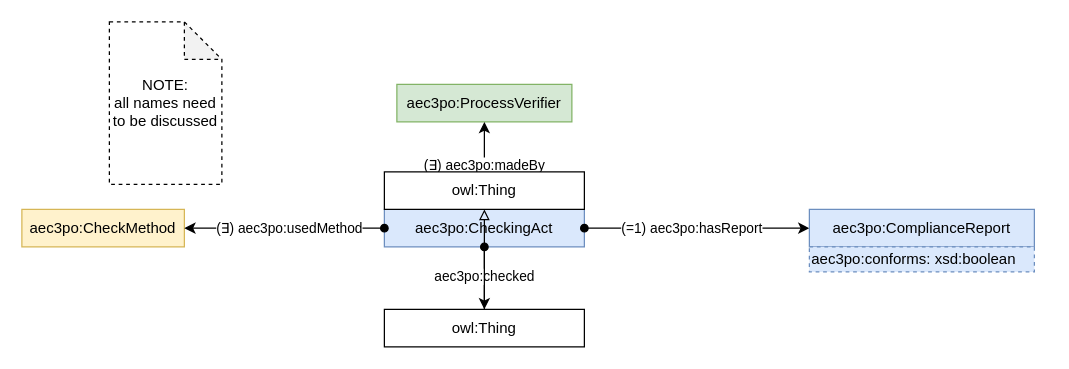
Above: page "checking_act" (4 of 48) of src/aec3po.drawio in Accord-Project/aec3po (draw.io), before the change. Source tidied: cells renumbered, new cells numbered last; positions are measured from the earlier drawing's top-left corner, leaving out a move shared by most shapes. Both pictures are drawn from the tidied source at 125%, with x=0, y=0 at pixel (21, 21).
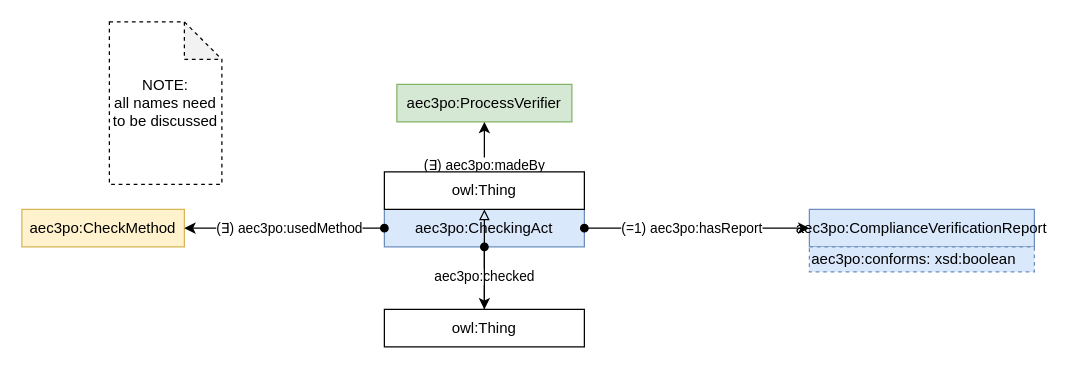
The same page after the edit.

Commit message (it also covers changes not shown here):
compliancereport -> complianceverificationreport

The edit, as a diff of the source:
```diff
@@
 <mxGraphModel>
   <root>
     <mxCell id="0" />
     <mxCell id="1" parent="0" />
     <mxCell id="2" value="aec3po:CheckMethod" style="rounded=0;whiteSpace=wrap;html=1;snapToPoint=1;points=[[0.1,0],[0.2,0],[0.3,0],[0.4,0],[0.5,0],[0.6,0],[0.7,0],[0.8,0],[0.9,0],[0,0.1],[0,0.3],[0,0.5],[0,0.7],[0,0.9],[0.1,1],[0.2,1],[0.3,1],[0.4,1],[0.5,1],[0.6,1],[0.7,1],[0.8,1],[0.9,1],[1,0.1],[1,0.3],[1,0.5],[1,0.7],[1,0.9]];fillColor=#fff2cc;strokeColor=#d6b656;" parent="1" vertex="1">
       <mxGeometry y="150" width="130" height="30" as="geometry" />
     </mxCell>
     <mxCell id="3" value="aec3po:CheckingAct" style="rounded=0;whiteSpace=wrap;html=1;snapToPoint=1;points=[[0.1,0],[0.2,0],[0.3,0],[0.4,0],[0.5,0],[0.6,0],[0.7,0],[0.8,0],[0.9,0],[0,0.1],[0,0.3],[0,0.5],[0,0.7],[0,0.9],[0.1,1],[0.2,1],[0.3,1],[0.4,1],[0.5,1],[0.6,1],[0.7,1],[0.8,1],[0.9,1],[1,0.1],[1,0.3],[1,0.5],[1,0.7],[1,0.9]];fillColor=#dae8fc;strokeColor=#6c8ebf;" parent="1" vertex="1">
       <mxGeometry x="290" y="150" width="160" height="30" as="geometry" />
     </mxCell>
     <mxCell id="4" value="aec3po:ProcessVerifier" style="rounded=0;whiteSpace=wrap;html=1;snapToPoint=1;points=[[0.1,0],[0.2,0],[0.3,0],[0.4,0],[0.5,0],[0.6,0],[0.7,0],[0.8,0],[0.9,0],[0,0.1],[0,0.3],[0,0.5],[0,0.7],[0,0.9],[0.1,1],[0.2,1],[0.3,1],[0.4,1],[0.5,1],[0.6,1],[0.7,1],[0.8,1],[0.9,1],[1,0.1],[1,0.3],[1,0.5],[1,0.7],[1,0.9]];fillColor=#d5e8d4;strokeColor=#82b366;" parent="1" vertex="1">
       <mxGeometry x="300" y="50" width="140" height="30" as="geometry" />
     </mxCell>
     <mxCell id="5" value="(∃) aec3po:madeBy" style="edgeStyle=orthogonalEdgeStyle;rounded=0;jettySize=auto;html=1;entryX=0.5;entryY=1;entryDx=0;entryDy=0;startArrow=none;startFill=0;endArrow=classic;endFill=1;exitX=0.5;exitY=0;exitDx=0;exitDy=0;" parent="1" edge="1" source="3" target="4">
       <mxGeometry relative="1" as="geometry" />
     </mxCell>
     <mxCell id="6" value="(∃) aec3po:usedMethod" style="edgeStyle=orthogonalEdgeStyle;rounded=0;jettySize=auto;html=1;startArrow=oval;startFill=1;endArrow=classic;endFill=1;" parent="1" edge="1" source="3" target="2">
       <mxGeometry x="-0.05" relative="1" as="geometry">
         <Array as="points">
           <mxPoint x="362" y="176" />
           <mxPoint x="200" y="176" />
         </Array>
       </mxGeometry>
     </mxCell>
     <mxCell id="7" value="NOTE: &lt;br&gt;all names need to be discussed" style="shape=note;whiteSpace=wrap;html=1;backgroundOutline=1;darkOpacity=0.05;fontSize=12;strokeColor=default;fillColor=none;dashed=1;" parent="1" vertex="1">
       <mxGeometry x="70" width="90" height="130" as="geometry" />
     </mxCell>
     <mxCell id="8" value="(=1) aec3po:hasReport" style="edgeStyle=orthogonalEdgeStyle;rounded=0;jettySize=auto;html=1;startArrow=oval;startFill=1;endArrow=classic;endFill=1;exitX=1;exitY=0.5;exitDx=0;exitDy=0;" parent="1" edge="1" source="3">
       <mxGeometry x="-0.05" relative="1" as="geometry">
         <mxPoint x="630" y="165" as="targetPoint" />
       </mxGeometry>
     </mxCell>
-    <mxCell id="9" value="aec3po:ComplianceReport" style="rounded=0;whiteSpace=wrap;html=1;fillColor=#dae8fc;strokeColor=#6c8ebf;" parent="1" vertex="1">
+    <mxCell id="9" value="aec3po:ComplianceVerificationReport" style="rounded=0;whiteSpace=wrap;html=1;fillColor=#dae8fc;strokeColor=#6c8ebf;" parent="1" vertex="1">
       <mxGeometry x="630" y="150" width="180" height="30" as="geometry" />
     </mxCell>
     <mxCell id="10" value="aec3po:conforms: xsd:boolean" style="rounded=0;whiteSpace=wrap;html=1;fillColor=#dae8fc;strokeColor=#6c8ebf;align=left;dashed=1;" parent="1" vertex="1">
       <mxGeometry x="630" y="180" width="180" height="20" as="geometry" />
     </mxCell>
     <mxCell id="11" value="aec3po:checked" style="edgeStyle=orthogonalEdgeStyle;rounded=0;jettySize=auto;html=1;startArrow=oval;startFill=1;endArrow=classic;endFill=1;exitX=0.5;exitY=1;exitDx=0;exitDy=0;" parent="1" edge="1" source="3">
       <mxGeometry x="-0.05" relative="1" as="geometry">
         <mxPoint x="370" y="230" as="targetPoint" />
       </mxGeometry>
     </mxCell>
     <mxCell id="12" style="edgeStyle=orthogonalEdgeStyle;shape=connector;rounded=0;jettySize=auto;html=1;labelBackgroundColor=default;strokeColor=default;fontFamily=Helvetica;fontSize=11;fontColor=default;endArrow=block;endFill=0;" parent="1" edge="1" source="13" target="14">
       <mxGeometry relative="1" as="geometry" />
     </mxCell>
     <mxCell id="13" value="owl:Thing" style="rounded=0;whiteSpace=wrap;html=1;snapToPoint=1;points=[[0.1,0],[0.2,0],[0.3,0],[0.4,0],[0.5,0],[0.6,0],[0.7,0],[0.8,0],[0.9,0],[0,0.1],[0,0.3],[0,0.5],[0,0.7],[0,0.9],[0.1,1],[0.2,1],[0.3,1],[0.4,1],[0.5,1],[0.6,1],[0.7,1],[0.8,1],[0.9,1],[1,0.1],[1,0.3],[1,0.5],[1,0.7],[1,0.9]];" parent="1" vertex="1">
       <mxGeometry x="290" y="230" width="160" height="30" as="geometry" />
     </mxCell>
     <mxCell id="14" value="owl:Thing" style="rounded=0;whiteSpace=wrap;html=1;snapToPoint=1;points=[[0.1,0],[0.2,0],[0.3,0],[0.4,0],[0.5,0],[0.6,0],[0.7,0],[0.8,0],[0.9,0],[0,0.1],[0,0.3],[0,0.5],[0,0.7],[0,0.9],[0.1,1],[0.2,1],[0.3,1],[0.4,1],[0.5,1],[0.6,1],[0.7,1],[0.8,1],[0.9,1],[1,0.1],[1,0.3],[1,0.5],[1,0.7],[1,0.9]];" parent="1" vertex="1">
       <mxGeometry x="290" y="120" width="160" height="30" as="geometry" />
     </mxCell>
   </root>
 </mxGraphModel>
```
